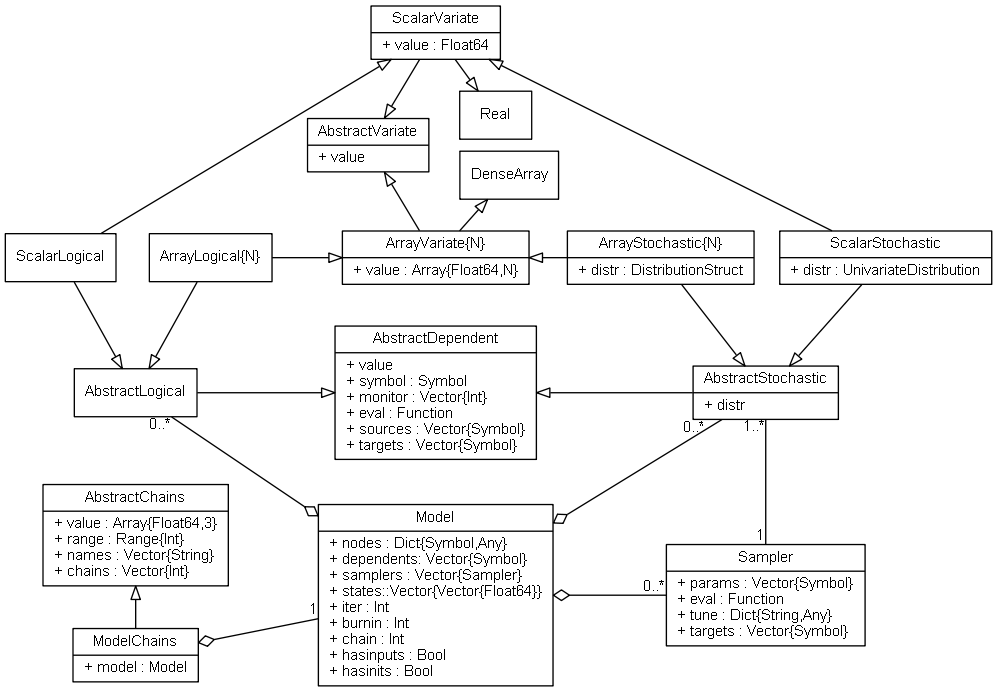
Before: doc/images/mcmcUML.png, a diagram exported from Graphviz (brian-j-smith/Mamba.jl). Its source is kept beside it as doc/images/mcmcUML.dot.
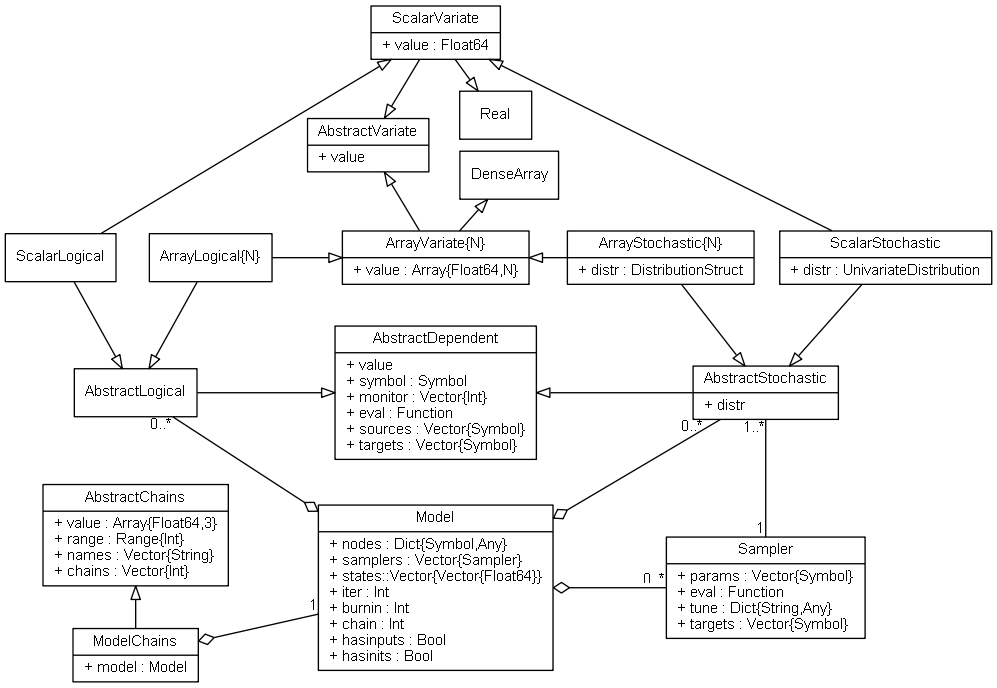
After the commit.

Commit message:
Remove dependents field from Model type.

Diff of the diagram source:
```diff
@@ -32,9 +32,9 @@
 
     ScalarVariate [label = "{ScalarVariate|+ value : Float64\l}", pos="275,665"]
 
-    Model [label = "{Model|+ nodes : Dict\{Symbol,Any\}\l+ dependents: Vector\{Symbol\}\l+ samplers : Vector\{Sampler\}\l+ states::Vector\{Vector\{Float64\}\}\l+ iter : Int\l+ burnin : Int\l+ chain : Int\l+ hasinputs : Bool\l+ hasinits : Bool\l}", pos="275,290"]
+    Model [label = "{Model|+ nodes : Dict\{Symbol,Any\}\l+ samplers : Vector\{Sampler\}\l+ states::Vector\{Vector\{Float64\}\}\l+ iter : Int\l+ burnin : Int\l+ chain : Int\l+ hasinputs : Bool\l+ hasinits : Bool\l}", pos="275,295"]
 
-    Sampler [label = "{Sampler|+ params : Vector\{Symbol\}\l+ eval : Function\l+ tune : Dict\{String,Any\}\l+ targets : Vector\{Symbol\}\l}", pos="495,290"]
+    Sampler [label = "{Sampler|+ params : Vector\{Symbol\}\l+ eval : Function\l+ tune : Dict\{String,Any\}\l+ targets : Vector\{Symbol\}\l}", pos="495,295"]
 
     AbstractChains  [label = "{AbstractChains|+ value : Array\{Float64,3\}\l+ range : Range\{Int\}\l+ names : Vector\{String\}\l+ chains : Vector\{Int\}\l}", pos="75,330"]
 
```
